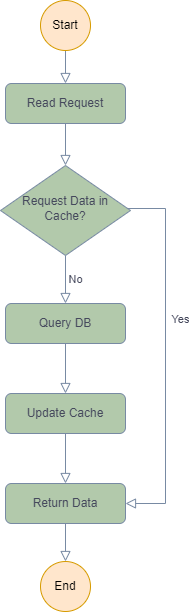
The draw.io diagram static/img/cache-aside.drawio.png in R0NGSH3N/r0ngsh3n.github.io, before a commit. Source tidied: cells renumbered, new cells last; positions are measured from the earlier drawing's top-left corner, leaving out a move shared by most shapes.
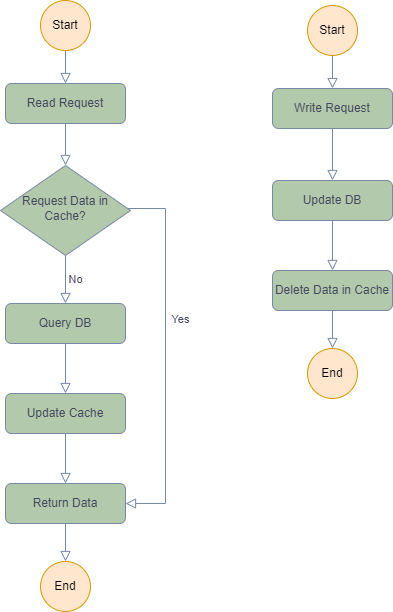
After the change.

Change to the diagram source:
```diff
@@ -49,5 +49,32 @@
     <mxCell id="15" value="End" style="ellipse;whiteSpace=wrap;html=1;rounded=0;sketch=0;strokeColor=#d79b00;fillColor=#ffe6cc;" parent="1" vertex="1">
       <mxGeometry x="40" y="561" width="50" height="50" as="geometry" />
     </mxCell>
+    <mxCell id="16" style="rounded=0;html=1;jettySize=auto;fontSize=11;endArrow=block;endFill=0;endSize=8;strokeWidth=1;shadow=0;labelBackgroundColor=none;edgeStyle=orthogonalEdgeStyle;strokeColor=#788AA3;fontColor=#46495D;entryX=0.5;entryY=0;entryDx=0;entryDy=0;" parent="1" edge="1" source="17" target="21">
+      <mxGeometry relative="1" as="geometry" />
+    </mxCell>
+    <mxCell id="17" value="Write Request" style="rounded=1;whiteSpace=wrap;html=1;fontSize=12;glass=0;strokeWidth=1;shadow=0;fillColor=#B2C9AB;strokeColor=#788AA3;fontColor=#46495D;" parent="1" vertex="1">
+      <mxGeometry x="272" y="88" width="120" height="40" as="geometry" />
+    </mxCell>
+    <mxCell id="18" style="edgeStyle=orthogonalEdgeStyle;curved=0;rounded=0;sketch=0;jettySize=auto;html=1;exitX=0.5;exitY=1;exitDx=0;exitDy=0;entryX=0.5;entryY=0;entryDx=0;entryDy=0;fontColor=#46495D;strokeColor=#788AA3;fillColor=#B2C9AB;labelBackgroundColor=none;endArrow=block;endFill=0;endSize=8;strokeWidth=1;shadow=0;" parent="1" edge="1" source="19" target="24">
+      <mxGeometry relative="1" as="geometry" />
+    </mxCell>
+    <mxCell id="19" value="Delete Data in Cache" style="rounded=1;whiteSpace=wrap;html=1;fontSize=12;glass=0;strokeWidth=1;shadow=0;fillColor=#B2C9AB;strokeColor=#788AA3;fontColor=#46495D;" parent="1" vertex="1">
+      <mxGeometry x="272" y="270" width="120" height="40" as="geometry" />
+    </mxCell>
+    <mxCell id="20" style="edgeStyle=orthogonalEdgeStyle;curved=0;rounded=0;sketch=0;jettySize=auto;html=1;exitX=0.5;exitY=1;exitDx=0;exitDy=0;entryX=0.5;entryY=0;entryDx=0;entryDy=0;fontColor=#46495D;strokeColor=#788AA3;fillColor=#B2C9AB;labelBackgroundColor=none;endArrow=block;endFill=0;endSize=8;strokeWidth=1;shadow=0;" parent="1" edge="1" source="21" target="19">
+      <mxGeometry relative="1" as="geometry" />
+    </mxCell>
+    <mxCell id="21" value="Update DB" style="rounded=1;whiteSpace=wrap;html=1;fontSize=12;glass=0;strokeWidth=1;shadow=0;fillColor=#B2C9AB;strokeColor=#788AA3;fontColor=#46495D;" parent="1" vertex="1">
+      <mxGeometry x="272" y="180" width="120" height="40" as="geometry" />
+    </mxCell>
+    <mxCell id="22" style="edgeStyle=orthogonalEdgeStyle;curved=0;rounded=0;sketch=0;jettySize=auto;html=1;exitX=0.5;exitY=1;exitDx=0;exitDy=0;entryX=0.5;entryY=0;entryDx=0;entryDy=0;fontColor=#46495D;strokeColor=#788AA3;fillColor=#B2C9AB;labelBackgroundColor=none;endArrow=block;endFill=0;endSize=8;strokeWidth=1;shadow=0;" parent="1" edge="1" source="23" target="17">
+      <mxGeometry relative="1" as="geometry" />
+    </mxCell>
+    <mxCell id="23" value="Start" style="ellipse;whiteSpace=wrap;html=1;rounded=0;sketch=0;strokeColor=#d79b00;fillColor=#ffe6cc;" parent="1" vertex="1">
+      <mxGeometry x="307" y="5" width="50" height="50" as="geometry" />
+    </mxCell>
+    <mxCell id="24" value="End" style="ellipse;whiteSpace=wrap;html=1;rounded=0;sketch=0;strokeColor=#d79b00;fillColor=#ffe6cc;" parent="1" vertex="1">
+      <mxGeometry x="307" y="348" width="50" height="50" as="geometry" />
+    </mxCell>
   </root>
 </mxGraphModel>
```
